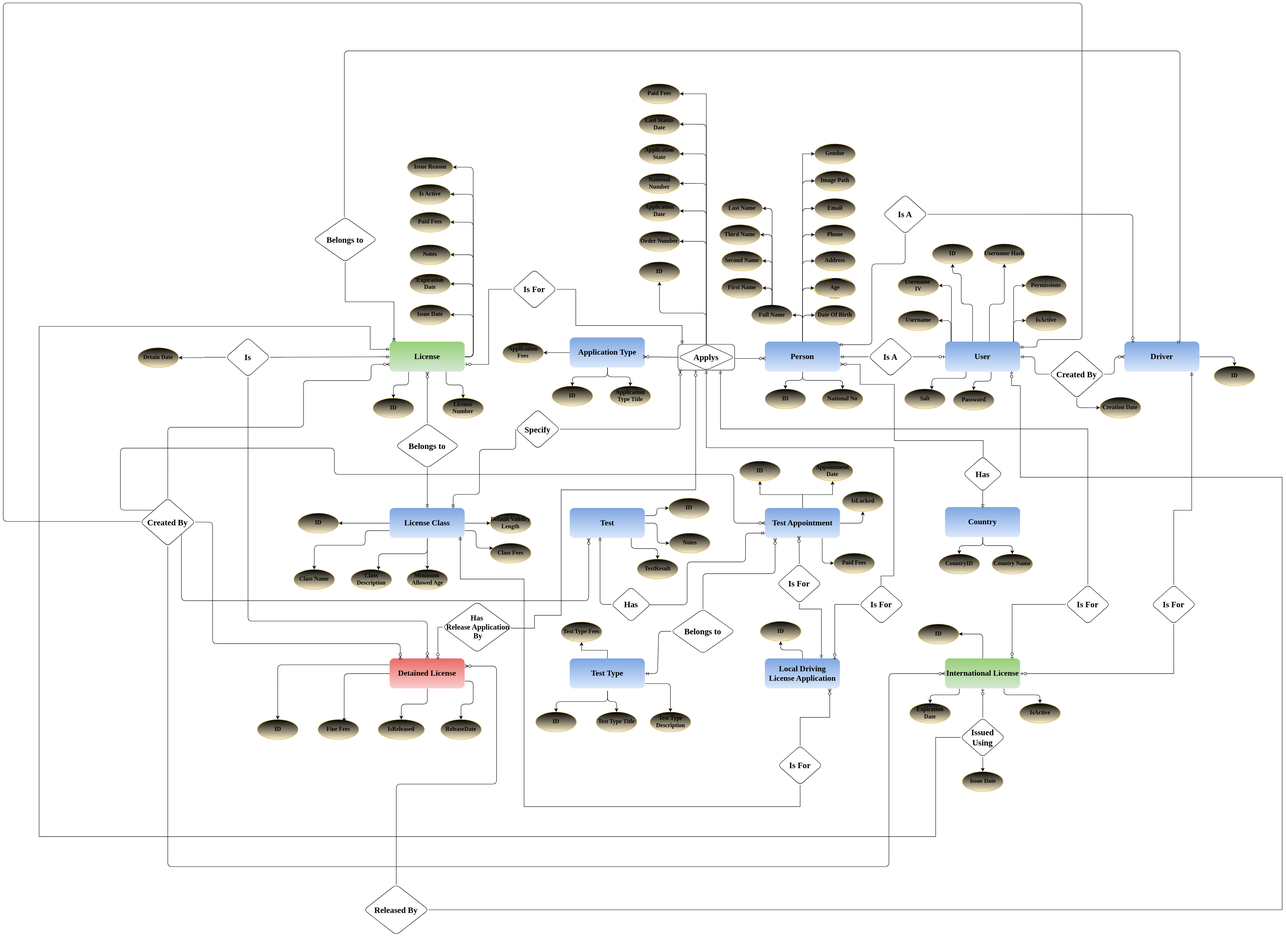
Above: Database Design/DVLD_ERD.drawio.svg in Abdulghani-Alhamwi/DVLD (draw.io), before the change. Source tidied: cells renumbered, new cells last; positions are measured from the earlier drawing's top-left corner, leaving out a move shared by most shapes.
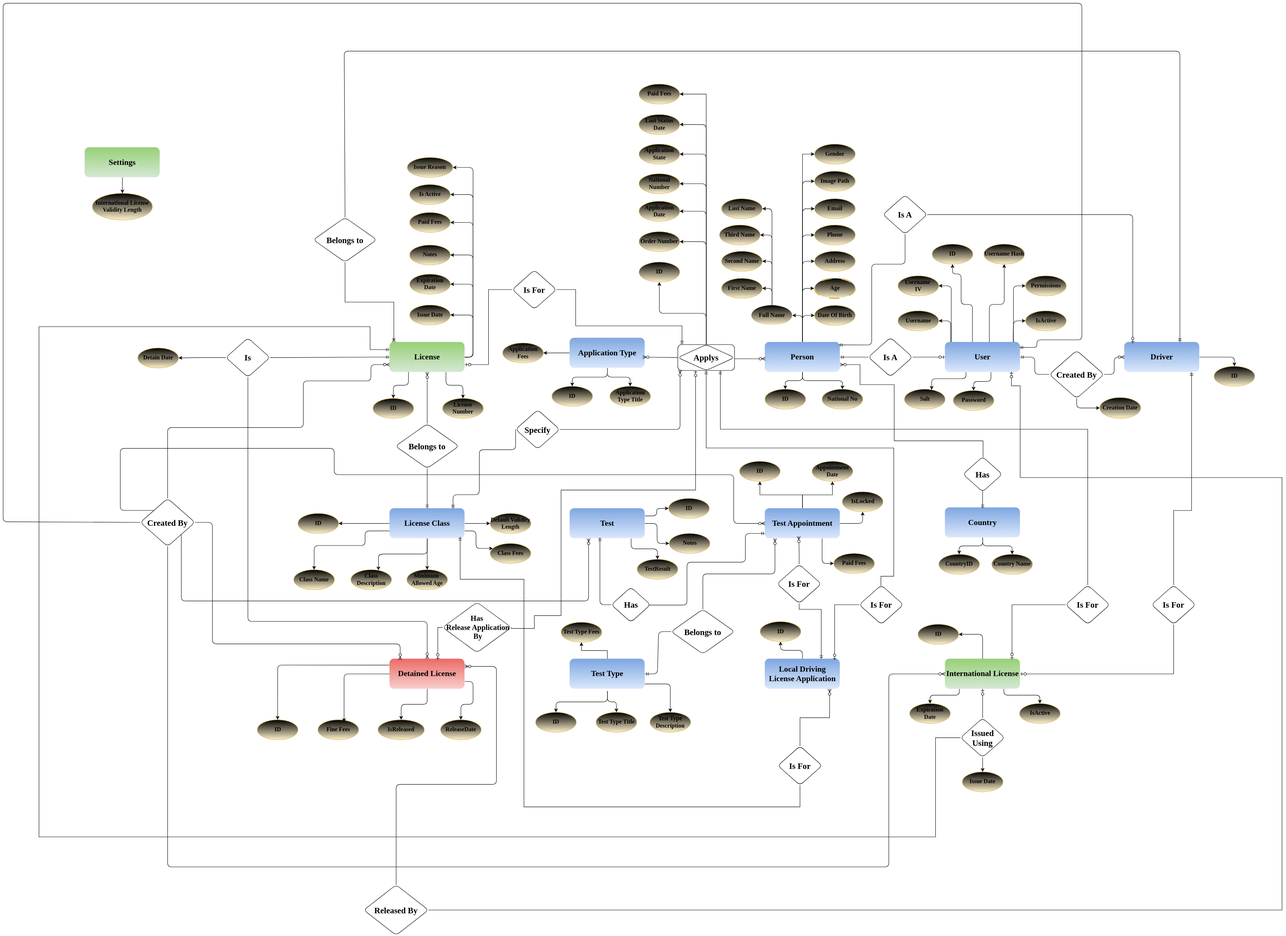
The same diagram one commit later.

Change to the diagram source:
```diff
@@ -945,5 +945,14 @@
     <mxCell id="223" value="&lt;font style=&quot;font-size: 14px; color: light-dark(rgb(0, 0, 0), rgb(255, 255, 240));&quot; face=&quot;Tahoma&quot;&gt;&lt;b style=&quot;&quot;&gt;Username Hash&lt;/b&gt;&lt;/font&gt;" style="ellipse;whiteSpace=wrap;html=1;fillColor=light-dark(#FFF2CC,#331A00);gradientColor=light-dark(#000000,#CC6600);strokeColor=#d6b656;gradientDirection=north;rounded=1;" parent="1" vertex="1">
       <mxGeometry x="2352" y="578" width="97.5" height="48" as="geometry" />
     </mxCell>
+    <mxCell id="224" style="edgeStyle=orthogonalEdgeStyle;rounded=0;jettySize=auto;html=1;entryX=0.5;entryY=0;entryDx=0;entryDy=0;defaultLabelBackgroundColor=page;" parent="1" edge="1" source="225" target="226">
+      <mxGeometry relative="1" as="geometry" />
+    </mxCell>
+    <mxCell id="225" value="&lt;font face=&quot;Tahoma&quot;&gt;&lt;b&gt;Settings&lt;/b&gt;&lt;/font&gt;" style="rounded=1;whiteSpace=wrap;html=1;fontSize=19;fontFamily=Times New Roman;fillColor=light-dark(#D5E8D4,#1B2637);strokeColor=none;gradientColor=light-dark(#97D077,#3C5C88);gradientDirection=north;" parent="1" vertex="1">
+      <mxGeometry x="196" y="346" width="180" height="72" as="geometry" />
+    </mxCell>
+    <mxCell id="226" value="&lt;font style=&quot;font-size: 14px; color: light-dark(rgb(0, 0, 0), rgb(255, 255, 240));&quot; face=&quot;Tahoma&quot;&gt;&lt;b style=&quot;&quot;&gt;International License Validity Length&lt;/b&gt;&lt;/font&gt;" style="ellipse;whiteSpace=wrap;html=1;fillColor=light-dark(#FFF2CC,#331A00);gradientColor=light-dark(#000000,#CC6600);strokeColor=#d6b656;gradientDirection=north;rounded=1;" parent="1" vertex="1">
+      <mxGeometry x="214" y="456" width="144" height="64" as="geometry" />
+    </mxCell>
   </root>
 </mxGraphModel>
```
